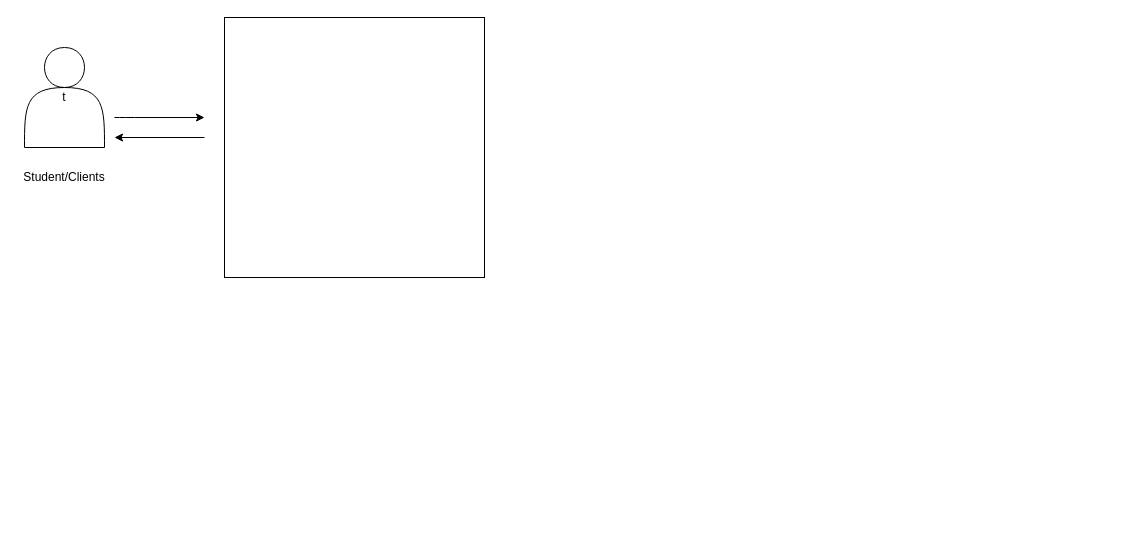
The draw.io diagram Untitled Diagram.drawio in Huvinesh-Rajendran-12/mockups, before the edit. Source tidied: cells renumbered, new cells numbered last; positions are measured from the earlier drawing's top-left corner, leaving out a move shared by most shapes. Both pictures are drawn from the tidied source at 100%, with x=0, y=0 at pixel (24, 17).
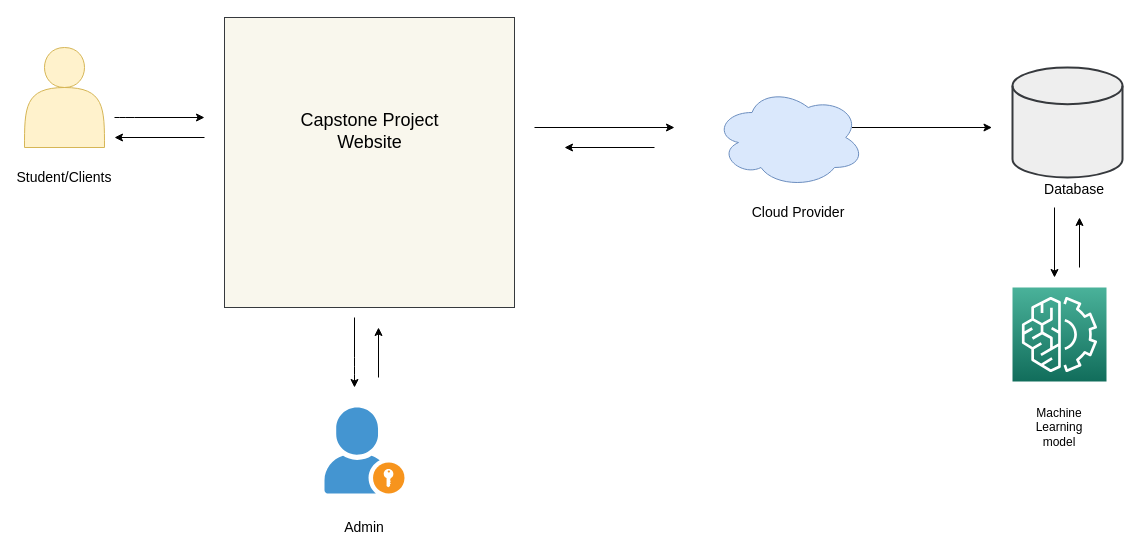
After the change.

The edit, as a diff of the source:
```diff
@@
-    <mxCell id="2" value="t" style="shape=actor;whiteSpace=wrap;html=1;" parent="1" vertex="1">
+    <mxCell id="2" style="shape=actor;whiteSpace=wrap;html=1;fillColor=#fff2cc;strokeColor=#d6b656;" parent="1" vertex="1">
       <mxGeometry y="30" width="80" height="100" as="geometry" />
     </mxCell>
-    <mxCell id="3" value="Student/Clients" style="text;html=1;strokeColor=none;fillColor=none;align=center;verticalAlign=middle;whiteSpace=wrap;rounded=0;" parent="1" vertex="1">
+    <mxCell id="3" value="&lt;font style=&quot;font-size: 14px&quot;&gt;Student/Clients&lt;/font&gt;" style="text;html=1;strokeColor=none;fillColor=none;align=center;verticalAlign=middle;whiteSpace=wrap;rounded=0;" parent="1" vertex="1">
       <mxGeometry x="20" y="150" width="40" height="20" as="geometry" />
     </mxCell>
@@
-    <mxCell id="6" style="whiteSpace=wrap;html=1;" parent="1" vertex="1">
-      <mxGeometry x="200" width="260" height="260" as="geometry" />
+    <mxCell id="6" style="whiteSpace=wrap;html=1;fillColor=#f9f7ed;strokeColor=#36393d;" parent="1" vertex="1">
+      <mxGeometry x="200" width="290" height="290" as="geometry" />
     </mxCell>
+    <mxCell id="7" value="&lt;div style=&quot;font-size: 18px&quot;&gt;&lt;font style=&quot;font-size: 18px&quot;&gt;Capstone Project Website&lt;/font&gt;&lt;/div&gt;&lt;div style=&quot;font-size: 18px&quot;&gt;&lt;font style=&quot;font-size: 18px&quot;&gt;&lt;br&gt;&lt;/font&gt;&lt;/div&gt;" style="text;html=1;strokeColor=none;fillColor=none;align=center;verticalAlign=middle;whiteSpace=wrap;rounded=0;" parent="1" vertex="1">
+      <mxGeometry x="272.5" y="80" width="145" height="90" as="geometry" />
+    </mxCell>
+    <mxCell id="8" style="endArrow=classic;html=1;" parent="1" edge="1">
+      <mxGeometry relative="1" as="geometry">
+        <mxPoint x="510" y="110" as="sourcePoint" />
+        <mxPoint x="650" y="110" as="targetPoint" />
+      </mxGeometry>
+    </mxCell>
+    <mxCell id="9" style="strokeWidth=2;html=1;shape=mxgraph.flowchart.database;whiteSpace=wrap;fillColor=#eeeeee;strokeColor=#36393d;" parent="1" vertex="1">
+      <mxGeometry x="988" y="50" width="110" height="110" as="geometry" />
+    </mxCell>
+    <mxCell id="10" value="&lt;div style=&quot;font-size: 14px&quot;&gt;&lt;font style=&quot;font-size: 14px&quot;&gt;Database&lt;/font&gt;&lt;/div&gt;&lt;div style=&quot;font-size: 14px&quot;&gt;&lt;font style=&quot;font-size: 14px&quot;&gt;&lt;br&gt;&lt;/font&gt;&lt;/div&gt;" style="text;html=1;strokeColor=none;fillColor=none;align=center;verticalAlign=middle;whiteSpace=wrap;rounded=0;" parent="1" vertex="1">
+      <mxGeometry x="1030" y="170" width="40" height="20" as="geometry" />
+    </mxCell>
+    <mxCell id="11" style="sketch=0;fontColor=#232F3E;gradientColor=#4AB29A;gradientDirection=north;fillColor=#116D5B;strokeColor=#ffffff;dashed=0;verticalLabelPosition=bottom;verticalAlign=top;align=center;html=1;fontSize=12;fontStyle=0;shape=mxgraph.aws4.resourceIcon;resIcon=mxgraph.aws4.machine_learning;" parent="1" vertex="1">
+      <mxGeometry x="988" y="270" width="94" height="94" as="geometry" />
+    </mxCell>
+    <mxCell id="12" style="endArrow=classic;html=1;" parent="1" edge="1">
+      <mxGeometry relative="1" as="geometry">
+        <mxPoint x="1030" y="190" as="sourcePoint" />
+        <mxPoint x="1030" y="260" as="targetPoint" />
+      </mxGeometry>
+    </mxCell>
+    <mxCell id="13" value="Machine Learning model" style="text;html=1;strokeColor=none;fillColor=none;align=center;verticalAlign=middle;whiteSpace=wrap;rounded=0;" parent="1" vertex="1">
+      <mxGeometry x="1015" y="400" width="40" height="20" as="geometry" />
+    </mxCell>
+    <mxCell id="14" style="endArrow=classic;html=1;" parent="1" edge="1">
+      <mxGeometry relative="1" as="geometry">
+        <mxPoint x="630" y="130" as="sourcePoint" />
+        <mxPoint x="540" y="130" as="targetPoint" />
+        <Array as="points">
+          <mxPoint x="630" y="130" />
+        </Array>
+      </mxGeometry>
+    </mxCell>
+    <mxCell id="15" style="endArrow=classic;html=1;" parent="1" edge="1">
+      <mxGeometry relative="1" as="geometry">
+        <mxPoint x="1055" y="250" as="sourcePoint" />
+        <mxPoint x="1055" y="200" as="targetPoint" />
+        <Array as="points">
+          <mxPoint x="1055" y="250" />
+        </Array>
+      </mxGeometry>
+    </mxCell>
+    <mxCell id="16" style="ellipse;shape=cloud;whiteSpace=wrap;html=1;fillColor=#dae8fc;strokeColor=#6c8ebf;" parent="1" vertex="1">
+      <mxGeometry x="690" y="70" width="150" height="100" as="geometry" />
+    </mxCell>
+    <mxCell id="17" value="&lt;font style=&quot;font-size: 14px&quot;&gt;Cloud Provider&lt;/font&gt;" style="text;html=1;strokeColor=none;fillColor=none;align=center;verticalAlign=middle;whiteSpace=wrap;rounded=0;" parent="1" vertex="1">
+      <mxGeometry x="720" y="180" width="107.5" height="30" as="geometry" />
+    </mxCell>
+    <mxCell id="18" style="shadow=0;dashed=0;html=1;strokeColor=none;fillColor=#4495D1;labelPosition=center;verticalLabelPosition=bottom;verticalAlign=top;align=center;shape=mxgraph.veeam.portal_admin;" parent="1" vertex="1">
+      <mxGeometry x="300" y="390" width="80" height="86" as="geometry" />
+    </mxCell>
+    <mxCell id="19" style="endArrow=classic;html=1;" parent="1" edge="1">
+      <mxGeometry relative="1" as="geometry">
+        <mxPoint x="330" y="300" as="sourcePoint" />
+        <mxPoint x="330" y="370" as="targetPoint" />
+        <Array as="points">
+          <mxPoint x="330" y="350" />
+        </Array>
+      </mxGeometry>
+    </mxCell>
+    <mxCell id="20" style="endArrow=classic;html=1;" parent="1" edge="1">
+      <mxGeometry relative="1" as="geometry">
+        <mxPoint x="354" y="360" as="sourcePoint" />
+        <mxPoint x="354" y="310" as="targetPoint" />
+        <Array as="points">
+          <mxPoint x="354" y="360" />
+        </Array>
+      </mxGeometry>
+    </mxCell>
+    <mxCell id="21" value="&lt;font style=&quot;font-size: 14px&quot;&gt;Admin&lt;/font&gt;" style="text;html=1;strokeColor=none;fillColor=none;align=center;verticalAlign=middle;whiteSpace=wrap;rounded=0;" parent="1" vertex="1">
+      <mxGeometry x="320" y="500" width="40" height="20" as="geometry" />
+    </mxCell>
+    <mxCell id="22" style="endArrow=classic;html=1;" parent="1" edge="1">
+      <mxGeometry relative="1" as="geometry">
+        <mxPoint x="827.5" y="110" as="sourcePoint" />
+        <mxPoint x="967.5" y="110" as="targetPoint" />
+      </mxGeometry>
+    </mxCell>
```
